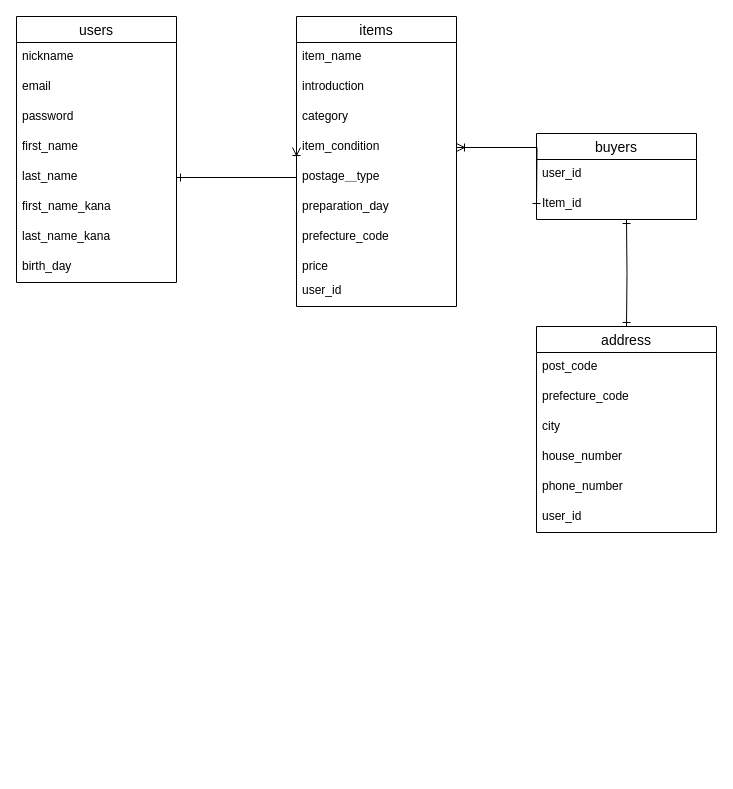
This is furima.dio from arakinocode/furima-33028, a draw.io file, before an edit. Source tidied: cells renumbered, new cells numbered last; positions are measured from the earlier drawing's top-left corner, leaving out a move shared by most shapes. Both pictures are drawn from the tidied source at 100%, with x=0, y=0 at pixel (16, 16).
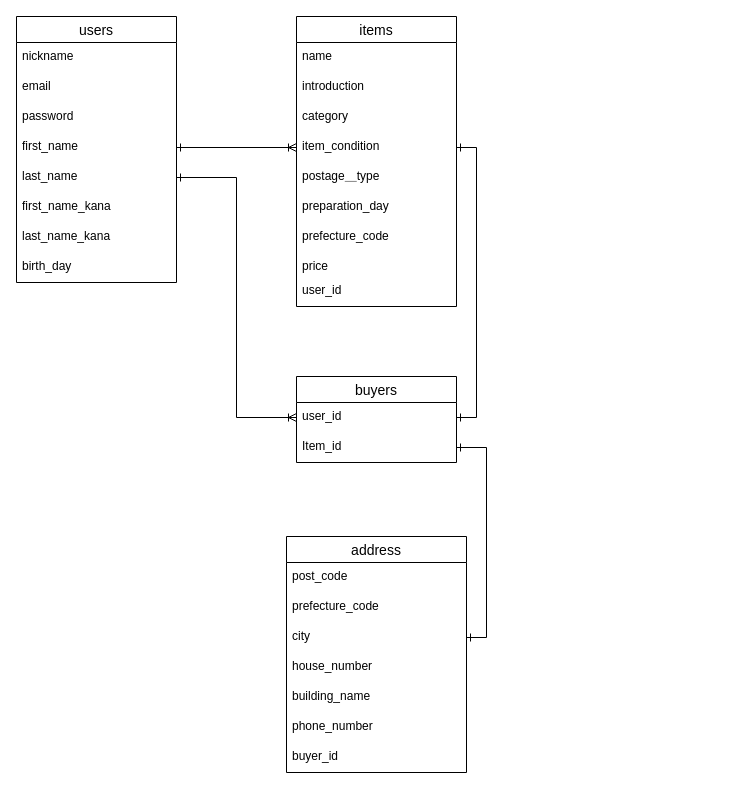
The same diagram, later.

Commit message (it also covers changes not shown here):
テーブル設計(ER図)の編集

The change refers to these unchanged cells:
```xml
<mxCell id="6" value="first_name" style="text;strokeColor=none;fillColor=none;spacingLeft=4;spacingRight=4;overflow=hidden;points=[[0,0.5],[1,0.5]];portConstraint=eastwest;fontSize=12;" parent="2" vertex="1">
  <mxGeometry y="116" width="160" height="30" as="geometry" />
</mxCell>
<mxCell id="7" value="last_name" style="text;strokeColor=none;fillColor=none;spacingLeft=4;spacingRight=4;overflow=hidden;points=[[0,0.5],[1,0.5]];portConstraint=eastwest;fontSize=12;" parent="2" vertex="1">
  <mxGeometry y="146" width="160" height="30" as="geometry" />
</mxCell>
<mxCell id="11" value="items" style="swimlane;fontStyle=0;horizontal=1;startSize=26;align=center;fontSize=14;" parent="1" vertex="1">
  <mxGeometry x="280" width="160" height="290" as="geometry" />
</mxCell>
<mxCell id="15" value="item_condition" style="text;strokeColor=none;fillColor=none;spacingLeft=4;spacingRight=4;overflow=hidden;points=[[0,0.5],[1,0.5]];portConstraint=eastwest;fontSize=12;" parent="11" vertex="1">
  <mxGeometry y="116" width="160" height="30" as="geometry" />
</mxCell>
<mxCell id="22" value="user_id" style="text;strokeColor=none;fillColor=none;spacingLeft=4;spacingRight=4;overflow=hidden;points=[[0,0.5],[1,0.5]];portConstraint=eastwest;fontSize=12;" parent="21" vertex="1">
  <mxGeometry y="26" width="160" height="30" as="geometry" />
</mxCell>
<mxCell id="23" value="Item_id" style="text;strokeColor=none;fillColor=none;spacingLeft=4;spacingRight=4;overflow=hidden;points=[[0,0.5],[1,0.5]];portConstraint=eastwest;fontSize=12;" parent="21" vertex="1">
  <mxGeometry y="56" width="160" height="30" as="geometry" />
</mxCell>
<mxCell id="27" value="city" style="text;strokeColor=none;fillColor=none;spacingLeft=4;spacingRight=4;overflow=hidden;points=[[0,0.5],[1,0.5]];portConstraint=eastwest;fontSize=12;" parent="24" vertex="1">
  <mxGeometry y="86" width="180" height="30" as="geometry" />
</mxCell>
```

Diff of the diagram source:
```diff
@@
-    <mxCell id="12" value="item_name" style="text;strokeColor=none;fillColor=none;spacingLeft=4;spacingRight=4;overflow=hidden;fontSize=12;" parent="11" vertex="1">
+    <mxCell id="12" value="name" style="text;strokeColor=none;fillColor=none;spacingLeft=4;spacingRight=4;overflow=hidden;fontSize=12;" parent="11" vertex="1">
       <mxGeometry y="26" width="160" height="30" as="geometry" />
     </mxCell>
@@
     <mxCell id="21" value="buyers" style="swimlane;fontStyle=0;horizontal=1;startSize=26;align=center;fontSize=14;" parent="1" vertex="1">
-      <mxGeometry x="520" y="117" width="160" height="86" as="geometry" />
+      <mxGeometry x="280" y="360" width="160" height="86" as="geometry" />
     </mxCell>
@@
     <mxCell id="24" value="address" style="swimlane;fontStyle=0;horizontal=1;startSize=26;align=center;fontSize=14;" parent="1" vertex="1">
-      <mxGeometry x="520" y="310" width="180" height="206" as="geometry" />
+      <mxGeometry x="270" y="520" width="180" height="236" as="geometry" />
     </mxCell>
@@
+    <mxCell id="34" value="building_name" style="text;strokeColor=none;fillColor=none;spacingLeft=4;spacingRight=4;overflow=hidden;fontSize=12;" parent="24" vertex="1">
+      <mxGeometry y="146" width="180" height="30" as="geometry" />
+    </mxCell>
     <mxCell id="29" value="phone_number" style="text;strokeColor=none;fillColor=none;spacingLeft=4;spacingRight=4;overflow=hidden;fontSize=12;" parent="24" vertex="1">
-      <mxGeometry y="146" width="180" height="30" as="geometry" />
+      <mxGeometry y="176" width="180" height="30" as="geometry" />
     </mxCell>
-    <mxCell id="30" value="user_id" style="text;strokeColor=none;fillColor=none;spacingLeft=4;spacingRight=4;overflow=hidden;fontSize=12;" parent="24" vertex="1">
-      <mxGeometry y="176" width="180" height="30" as="geometry" />
+    <mxCell id="30" value="buyer_id" style="text;strokeColor=none;fillColor=none;spacingLeft=4;spacingRight=4;overflow=hidden;fontSize=12;" parent="24" vertex="1">
+      <mxGeometry y="206" width="180" height="30" as="geometry" />
     </mxCell>
-    <mxCell id="31" style="edgeStyle=orthogonalEdgeStyle;rounded=0;jettySize=auto;html=1;startArrow=ERone;startFill=0;endArrow=ERoneToMany;endFill=0;strokeWidth=1;entryX=0;entryY=0.5;entryDx=0;entryDy=0;" parent="1" edge="1" target="15">
-      <mxGeometry relative="1" as="geometry">
-        <mxPoint x="160" y="161" as="sourcePoint" />
-        <Array as="points">
-          <mxPoint x="160" y="161" />
-        </Array>
-      </mxGeometry>
-    </mxCell>
-    <mxCell id="32" style="edgeStyle=orthogonalEdgeStyle;rounded=0;jettySize=auto;html=1;exitX=1;exitY=0.5;exitDx=0;exitDy=0;entryX=0;entryY=0.5;entryDx=0;entryDy=0;startArrow=ERoneToMany;startFill=0;endArrow=ERone;endFill=0;strokeWidth=1;" parent="1" edge="1" source="15">
-      <mxGeometry relative="1" as="geometry">
-        <mxPoint x="520" y="191" as="targetPoint" />
-      </mxGeometry>
-    </mxCell>
-    <mxCell id="33" style="edgeStyle=orthogonalEdgeStyle;rounded=0;jettySize=auto;html=1;entryX=0.5;entryY=0;entryDx=0;entryDy=0;startArrow=ERone;startFill=0;endArrow=ERone;endFill=0;strokeWidth=1;" parent="1" edge="1" target="24">
-      <mxGeometry relative="1" as="geometry">
-        <mxPoint x="610" y="203" as="sourcePoint" />
-      </mxGeometry>
-    </mxCell>
+    <mxCell id="35" style="edgeStyle=orthogonalEdgeStyle;rounded=0;jettySize=auto;html=1;exitX=1;exitY=0.5;exitDx=0;exitDy=0;entryX=0;entryY=0.5;entryDx=0;entryDy=0;startArrow=ERone;startFill=0;endArrow=ERoneToMany;endFill=0;strokeWidth=1;" parent="1" edge="1" source="6" target="15">
+      <mxGeometry relative="1" as="geometry" />
+    </mxCell>
+    <mxCell id="36" style="edgeStyle=orthogonalEdgeStyle;rounded=0;jettySize=auto;html=1;exitX=1;exitY=0.5;exitDx=0;exitDy=0;entryX=0;entryY=0.5;entryDx=0;entryDy=0;startArrow=ERone;startFill=0;endArrow=ERoneToMany;endFill=0;strokeWidth=1;" parent="1" edge="1" source="7" target="22">
+      <mxGeometry relative="1" as="geometry" />
+    </mxCell>
+    <mxCell id="37" style="edgeStyle=orthogonalEdgeStyle;rounded=0;jettySize=auto;html=1;exitX=1;exitY=0.5;exitDx=0;exitDy=0;entryX=1;entryY=0.5;entryDx=0;entryDy=0;startArrow=ERone;startFill=0;endArrow=ERone;endFill=0;strokeWidth=1;" parent="1" edge="1" source="15" target="22">
+      <mxGeometry relative="1" as="geometry" />
+    </mxCell>
+    <mxCell id="38" style="edgeStyle=orthogonalEdgeStyle;rounded=0;jettySize=auto;html=1;exitX=1;exitY=0.5;exitDx=0;exitDy=0;entryX=1;entryY=0.5;entryDx=0;entryDy=0;startArrow=ERone;startFill=0;endArrow=ERone;endFill=0;strokeWidth=1;" parent="1" edge="1" source="23" target="27">
+      <mxGeometry relative="1" as="geometry" />
+    </mxCell>
```
